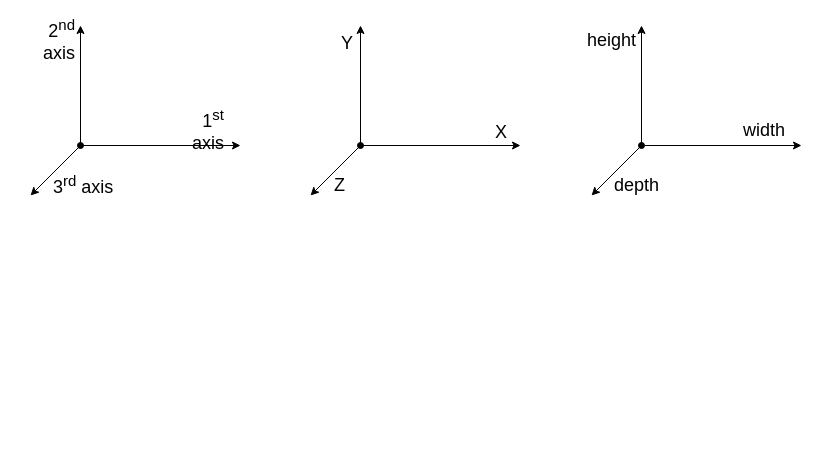
Before: examples/images/images.drawio in boytchev/suica, a draw.io diagram. Source tidied: cells renumbered, new cells numbered last; positions are measured from the earlier drawing's top-left corner, leaving out a move shared by most shapes. Both pictures are drawn from the tidied source at 100%, with x=0, y=0 at pixel (17, 25).
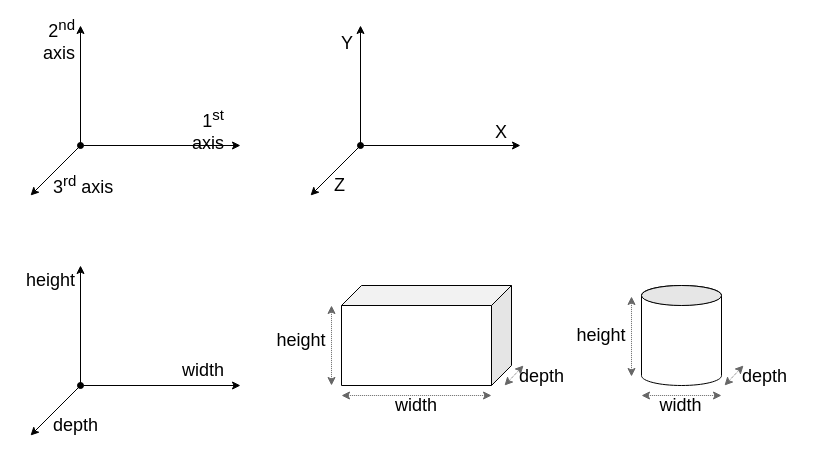
The same diagram, later.

Change to the diagram source:
```diff
@@
     <mxCell id="14" style="endArrow=classic;html=1;rounded=0;" parent="1" edge="1">
       <mxGeometry relative="1" as="geometry">
-        <mxPoint x="624" y="120" as="sourcePoint" />
-        <mxPoint x="624" as="targetPoint" />
+        <mxPoint x="63" y="360" as="sourcePoint" />
+        <mxPoint x="63" y="240" as="targetPoint" />
       </mxGeometry>
     </mxCell>
     <mxCell id="15" style="endArrow=classic;html=1;rounded=0;startArrow=oval;startFill=1;" parent="1" edge="1">
       <mxGeometry relative="1" as="geometry">
-        <mxPoint x="624" y="120" as="sourcePoint" />
-        <mxPoint x="784" y="120" as="targetPoint" />
+        <mxPoint x="63" y="360" as="sourcePoint" />
+        <mxPoint x="223" y="360" as="targetPoint" />
       </mxGeometry>
     </mxCell>
     <mxCell id="16" style="endArrow=classic;html=1;rounded=0;" parent="1" edge="1">
       <mxGeometry relative="1" as="geometry">
-        <mxPoint x="624" y="120" as="sourcePoint" />
-        <mxPoint x="574" y="170" as="targetPoint" />
+        <mxPoint x="63" y="360" as="sourcePoint" />
+        <mxPoint x="13" y="410" as="targetPoint" />
       </mxGeometry>
     </mxCell>
     <mxCell id="17" value="width" style="text;html=1;strokeColor=none;fillColor=none;align=right;verticalAlign=middle;whiteSpace=wrap;rounded=0;fontFamily=Calibri;fontSize=18;" parent="1" vertex="1">
-      <mxGeometry x="715" y="90" width="55" height="30" as="geometry" />
+      <mxGeometry x="154" y="330" width="55" height="30" as="geometry" />
     </mxCell>
     <mxCell id="18" value="height" style="text;html=1;strokeColor=none;fillColor=none;align=right;verticalAlign=middle;whiteSpace=wrap;rounded=0;fontFamily=Calibri;fontSize=18;" parent="1" vertex="1">
-      <mxGeometry x="561" width="60" height="30" as="geometry" />
+      <mxGeometry y="240" width="60" height="30" as="geometry" />
     </mxCell>
     <mxCell id="19" value="depth" style="text;html=1;strokeColor=none;fillColor=none;align=left;verticalAlign=middle;whiteSpace=wrap;rounded=0;rotation=0;fontFamily=Calibri;fontSize=18;" parent="1" vertex="1">
-      <mxGeometry x="595" y="150" width="70" height="20" as="geometry" />
+      <mxGeometry x="34" y="390" width="70" height="20" as="geometry" />
     </mxCell>
+    <mxCell id="20" style="shape=cube;whiteSpace=wrap;html=1;boundedLbl=1;backgroundOutline=1;darkOpacity=0.05;darkOpacity2=0.1;flipH=1;" parent="1" vertex="1">
+      <mxGeometry x="324" y="260" width="170" height="100" as="geometry" />
+    </mxCell>
+    <mxCell id="21" value="width" style="text;html=1;strokeColor=none;fillColor=none;align=center;verticalAlign=middle;whiteSpace=wrap;rounded=0;fontFamily=Calibri;fontSize=18;" parent="1" vertex="1">
+      <mxGeometry x="324" y="370" width="150" height="20" as="geometry" />
+    </mxCell>
+    <mxCell id="22" value="height" style="text;html=1;strokeColor=none;fillColor=none;align=center;verticalAlign=middle;whiteSpace=wrap;rounded=0;fontFamily=Calibri;fontSize=18;" parent="1" vertex="1">
+      <mxGeometry x="254" y="300" width="60" height="30" as="geometry" />
+    </mxCell>
+    <mxCell id="23" value="depth" style="text;html=1;strokeColor=none;fillColor=none;align=left;verticalAlign=middle;whiteSpace=wrap;rounded=0;rotation=0;fontFamily=Calibri;fontSize=18;" parent="1" vertex="1">
+      <mxGeometry x="500" y="341" width="70" height="20" as="geometry" />
+    </mxCell>
+    <mxCell id="24" style="shape=cylinder3;whiteSpace=wrap;html=1;boundedLbl=1;backgroundOutline=1;size=9.83332824707037;" parent="1" vertex="1">
+      <mxGeometry x="624" y="260" width="80" height="100" as="geometry" />
+    </mxCell>
+    <mxCell id="25" style="endArrow=classic;startArrow=classic;html=1;rounded=0;strokeColor=#666666;dashed=1;dashPattern=1 1;" parent="1" edge="1">
+      <mxGeometry relative="1" as="geometry">
+        <mxPoint x="324" y="370" as="sourcePoint" />
+        <mxPoint x="474" y="370" as="targetPoint" />
+      </mxGeometry>
+    </mxCell>
+    <mxCell id="26" style="endArrow=classic;startArrow=classic;html=1;rounded=0;strokeColor=#666666;dashed=1;dashPattern=1 1;" parent="1" edge="1">
+      <mxGeometry relative="1" as="geometry">
+        <mxPoint x="624" y="370" as="sourcePoint" />
+        <mxPoint x="704" y="370" as="targetPoint" />
+      </mxGeometry>
+    </mxCell>
+    <mxCell id="27" value="width" style="text;html=1;strokeColor=none;fillColor=none;align=center;verticalAlign=middle;whiteSpace=wrap;rounded=0;fontFamily=Calibri;fontSize=18;" parent="1" vertex="1">
+      <mxGeometry x="624" y="370" width="79" height="20" as="geometry" />
+    </mxCell>
+    <mxCell id="28" style="endArrow=classic;startArrow=classic;html=1;rounded=0;strokeColor=#666666;dashed=1;dashPattern=1 1;" parent="1" edge="1">
+      <mxGeometry relative="1" as="geometry">
+        <mxPoint x="314" y="360" as="sourcePoint" />
+        <mxPoint x="314" y="280" as="targetPoint" />
+      </mxGeometry>
+    </mxCell>
+    <mxCell id="29" style="endArrow=classic;startArrow=classic;html=1;rounded=0;strokeColor=#666666;dashed=1;dashPattern=1 1;" parent="1" edge="1">
+      <mxGeometry relative="1" as="geometry">
+        <mxPoint x="614" y="351" as="sourcePoint" />
+        <mxPoint x="614" y="271" as="targetPoint" />
+      </mxGeometry>
+    </mxCell>
+    <mxCell id="30" style="ellipse;whiteSpace=wrap;html=1;fillColor=#E6E6E6;" parent="1" vertex="1">
+      <mxGeometry x="624" y="260" width="80" height="20" as="geometry" />
+    </mxCell>
+    <mxCell id="31" value="height" style="text;html=1;strokeColor=none;fillColor=none;align=center;verticalAlign=middle;whiteSpace=wrap;rounded=0;fontFamily=Calibri;fontSize=18;" parent="1" vertex="1">
+      <mxGeometry x="554" y="295" width="60" height="30" as="geometry" />
+    </mxCell>
+    <mxCell id="32" style="endArrow=classic;startArrow=classic;html=1;rounded=0;strokeColor=#666666;dashed=1;dashPattern=1 1;" parent="1" edge="1">
+      <mxGeometry relative="1" as="geometry">
+        <mxPoint x="487" y="360" as="sourcePoint" />
+        <mxPoint x="506" y="340" as="targetPoint" />
+      </mxGeometry>
+    </mxCell>
+    <mxCell id="33" style="endArrow=classic;startArrow=classic;html=1;rounded=0;strokeColor=#666666;dashed=1;dashPattern=1 1;" parent="1" edge="1">
+      <mxGeometry relative="1" as="geometry">
+        <mxPoint x="707" y="360" as="sourcePoint" />
+        <mxPoint x="726" y="340" as="targetPoint" />
+      </mxGeometry>
+    </mxCell>
+    <mxCell id="34" value="depth" style="text;html=1;strokeColor=none;fillColor=none;align=left;verticalAlign=middle;whiteSpace=wrap;rounded=0;rotation=0;fontFamily=Calibri;fontSize=18;" parent="1" vertex="1">
+      <mxGeometry x="723" y="341" width="70" height="20" as="geometry" />
+    </mxCell>
```
